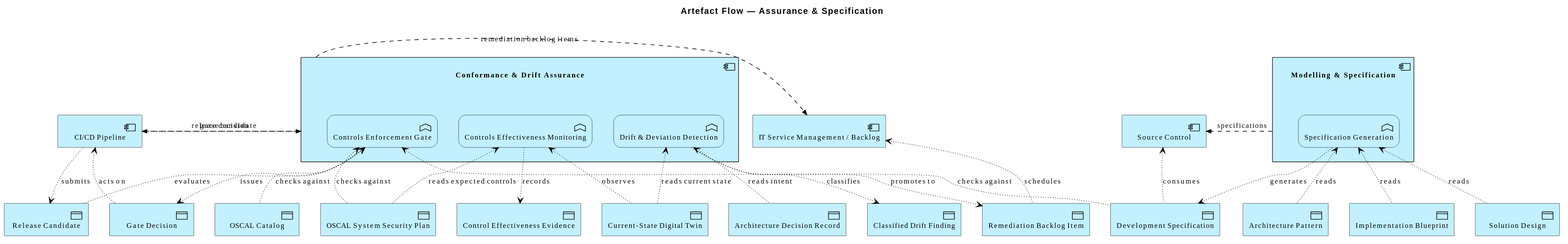
This is architecture/model/diagrams/frictionless-architect-artefact-assurance-spec.svg from wolffy-au/frictionless-architect, a PlantUML export, as it was before one commit.
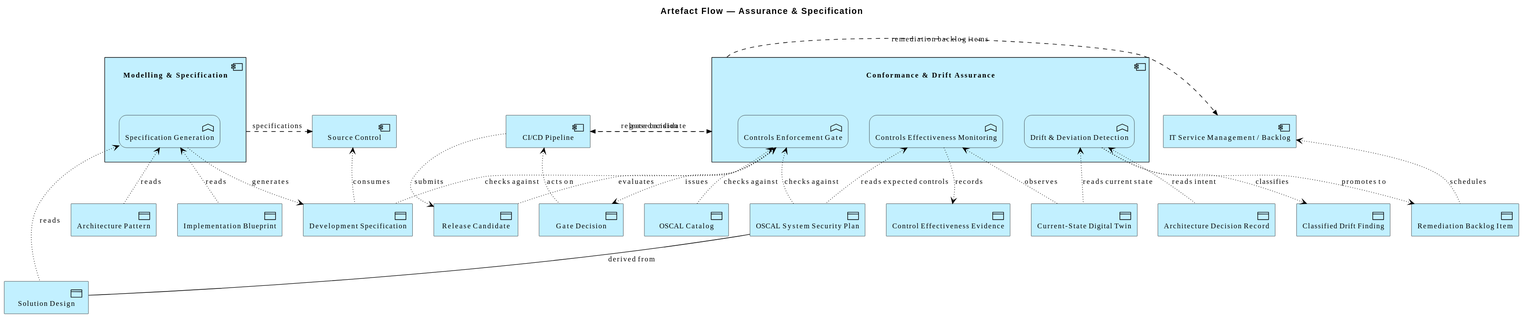
After the change.

The edit, as a diff of the source:
```diff
@@ -32,6 +32,7 @@
 Rel_Flow_Right(e_id492c882252a953, e_iddc67769c419e5d, "gate decision")
 Rel_Flow_Right(e_id492c882252a953, e_idaabfebfc7b9858, "remediation backlog items")
 Rel_Flow_Right(e_id82f04fecbdd85e, e_id4a7b9c4171d855, "specifications")
+Rel_Association(e_id20c3b0ad770d57, e_id506d57a987bb51, "derived from")
 Rel_Access_r(e_id4cb42acdf9de59, e_idd89db32a51b55a, "reads")
 Rel_Access_r(e_id4cb42acdf9de59, e_id6599578e1d1057, "reads")
 Rel_Access_r(e_id4cb42acdf9de59, e_id506d57a987bb51, "reads")
```
